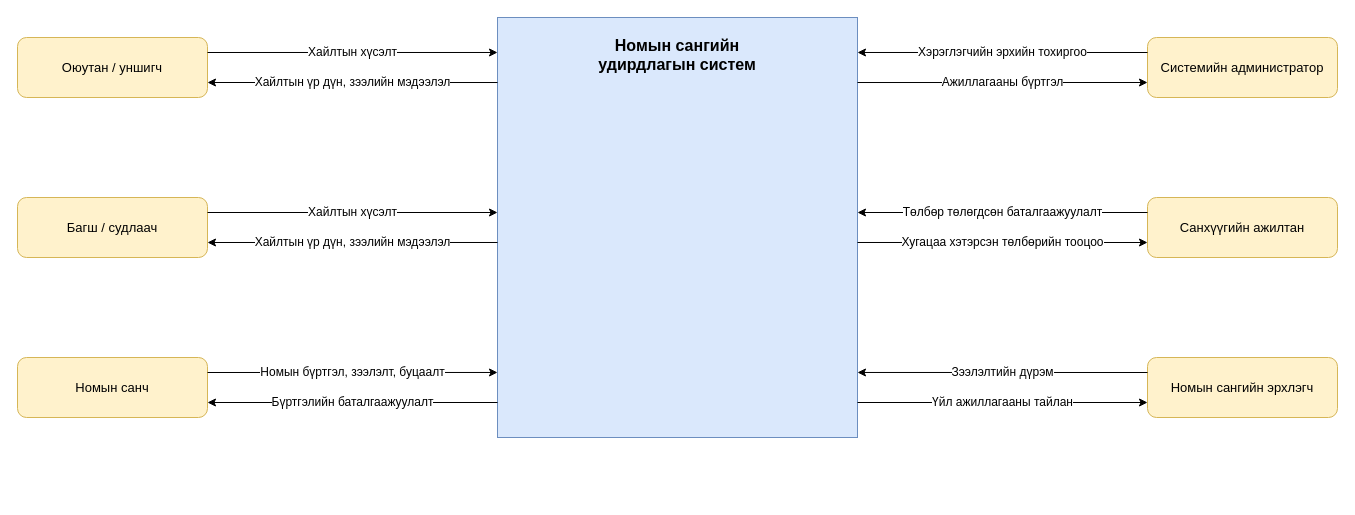
The draw.io diagram diagrams/system-context.drawio in enkhbatbyambatsogt81-arch/Kayl, before the edit. Source tidied: cells renumbered, new cells numbered last; positions are measured from the earlier drawing's top-left corner, leaving out a move shared by most shapes. Both pictures are drawn from the tidied source at 100%, with x=0, y=0 at pixel (17, 17).
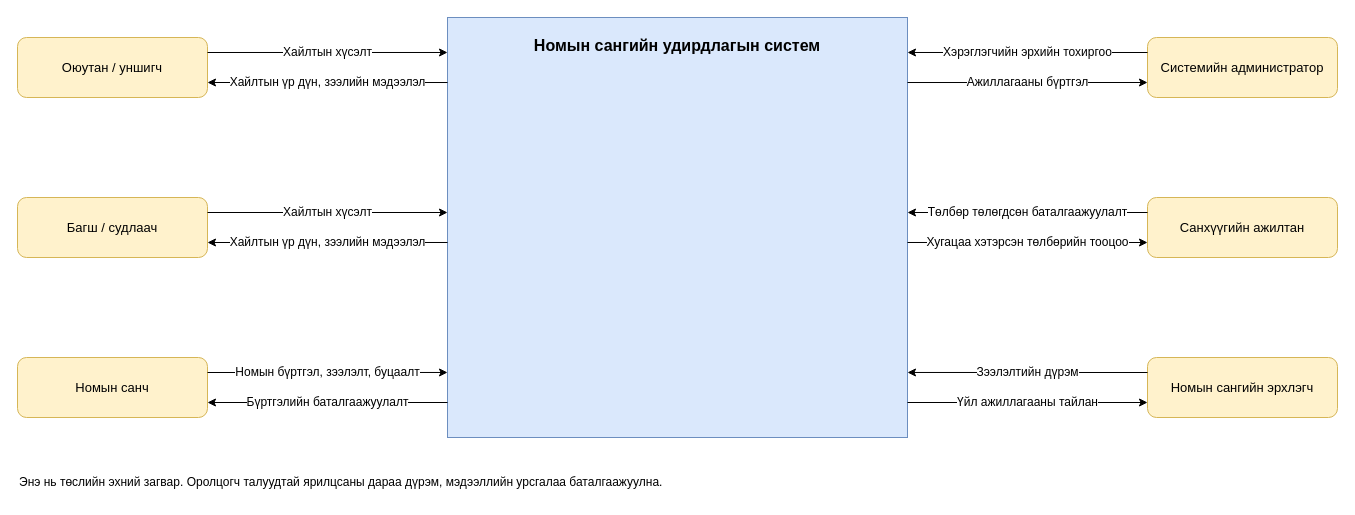
Above is the later version.

Commit message (it also covers changes not shown here):
Match system context diagram to spec

Put the system name on one line, widen the system box to fit it, and add
the draft-status note below the diagram.

Claude-Session: https://claude.ai/code/session_011vwsmXzcX52xhB5tMAGHWv

Change to the diagram source:
```diff
@@
-    <mxCell id="2" value="Номын сангийн&lt;br&gt;удирдлагын систем" style="rounded=0;whiteSpace=wrap;html=1;fillColor=#dae8fc;strokeColor=#6c8ebf;fontSize=16;fontStyle=1;verticalAlign=top;spacingTop=12;" parent="1" vertex="1">
-      <mxGeometry x="480" width="360" height="420" as="geometry" />
+    <mxCell id="2" value="Номын сангийн удирдлагын систем" style="rounded=0;whiteSpace=wrap;html=1;fillColor=#dae8fc;strokeColor=#6c8ebf;fontSize=16;fontStyle=1;verticalAlign=top;spacingTop=12;" parent="1" vertex="1">
+      <mxGeometry x="430" width="460" height="420" as="geometry" />
     </mxCell>
@@
+    <mxCell id="21" value="Энэ нь төслийн эхний загвар. Оролцогч талуудтай ярилцсаны дараа дүрэм, мэдээллийн урсгалаа баталгаажуулна." style="text;html=1;align=left;verticalAlign=middle;fontSize=12;" parent="1" vertex="1">
+      <mxGeometry y="450" width="1000" height="30" as="geometry" />
+    </mxCell>
```
